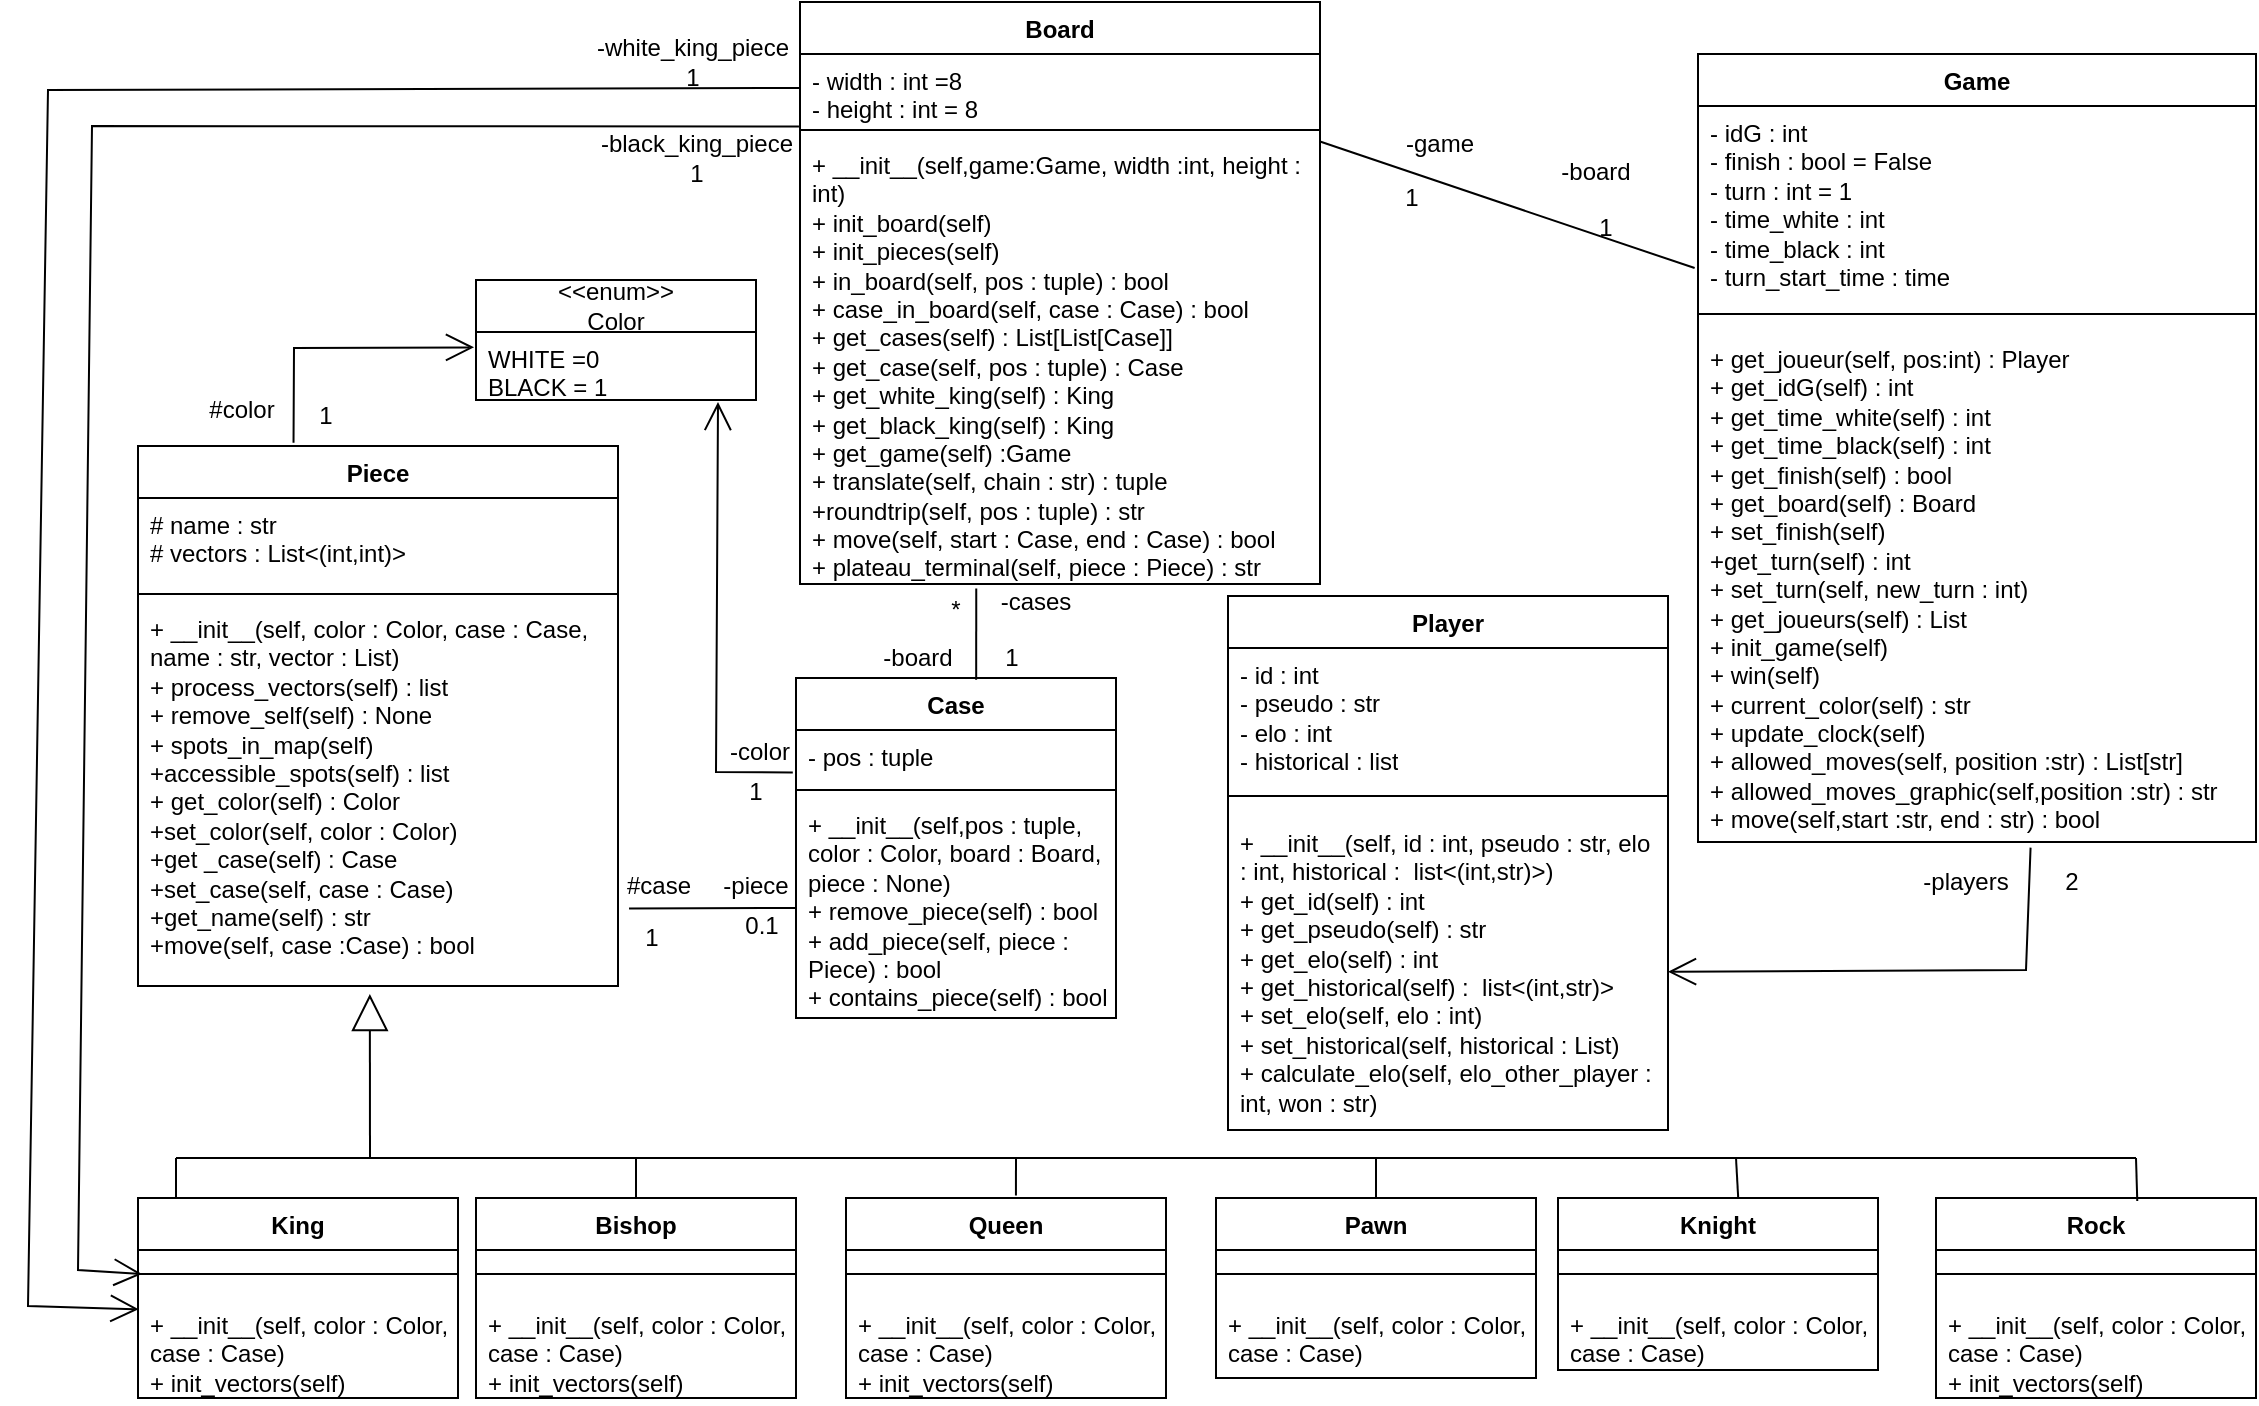
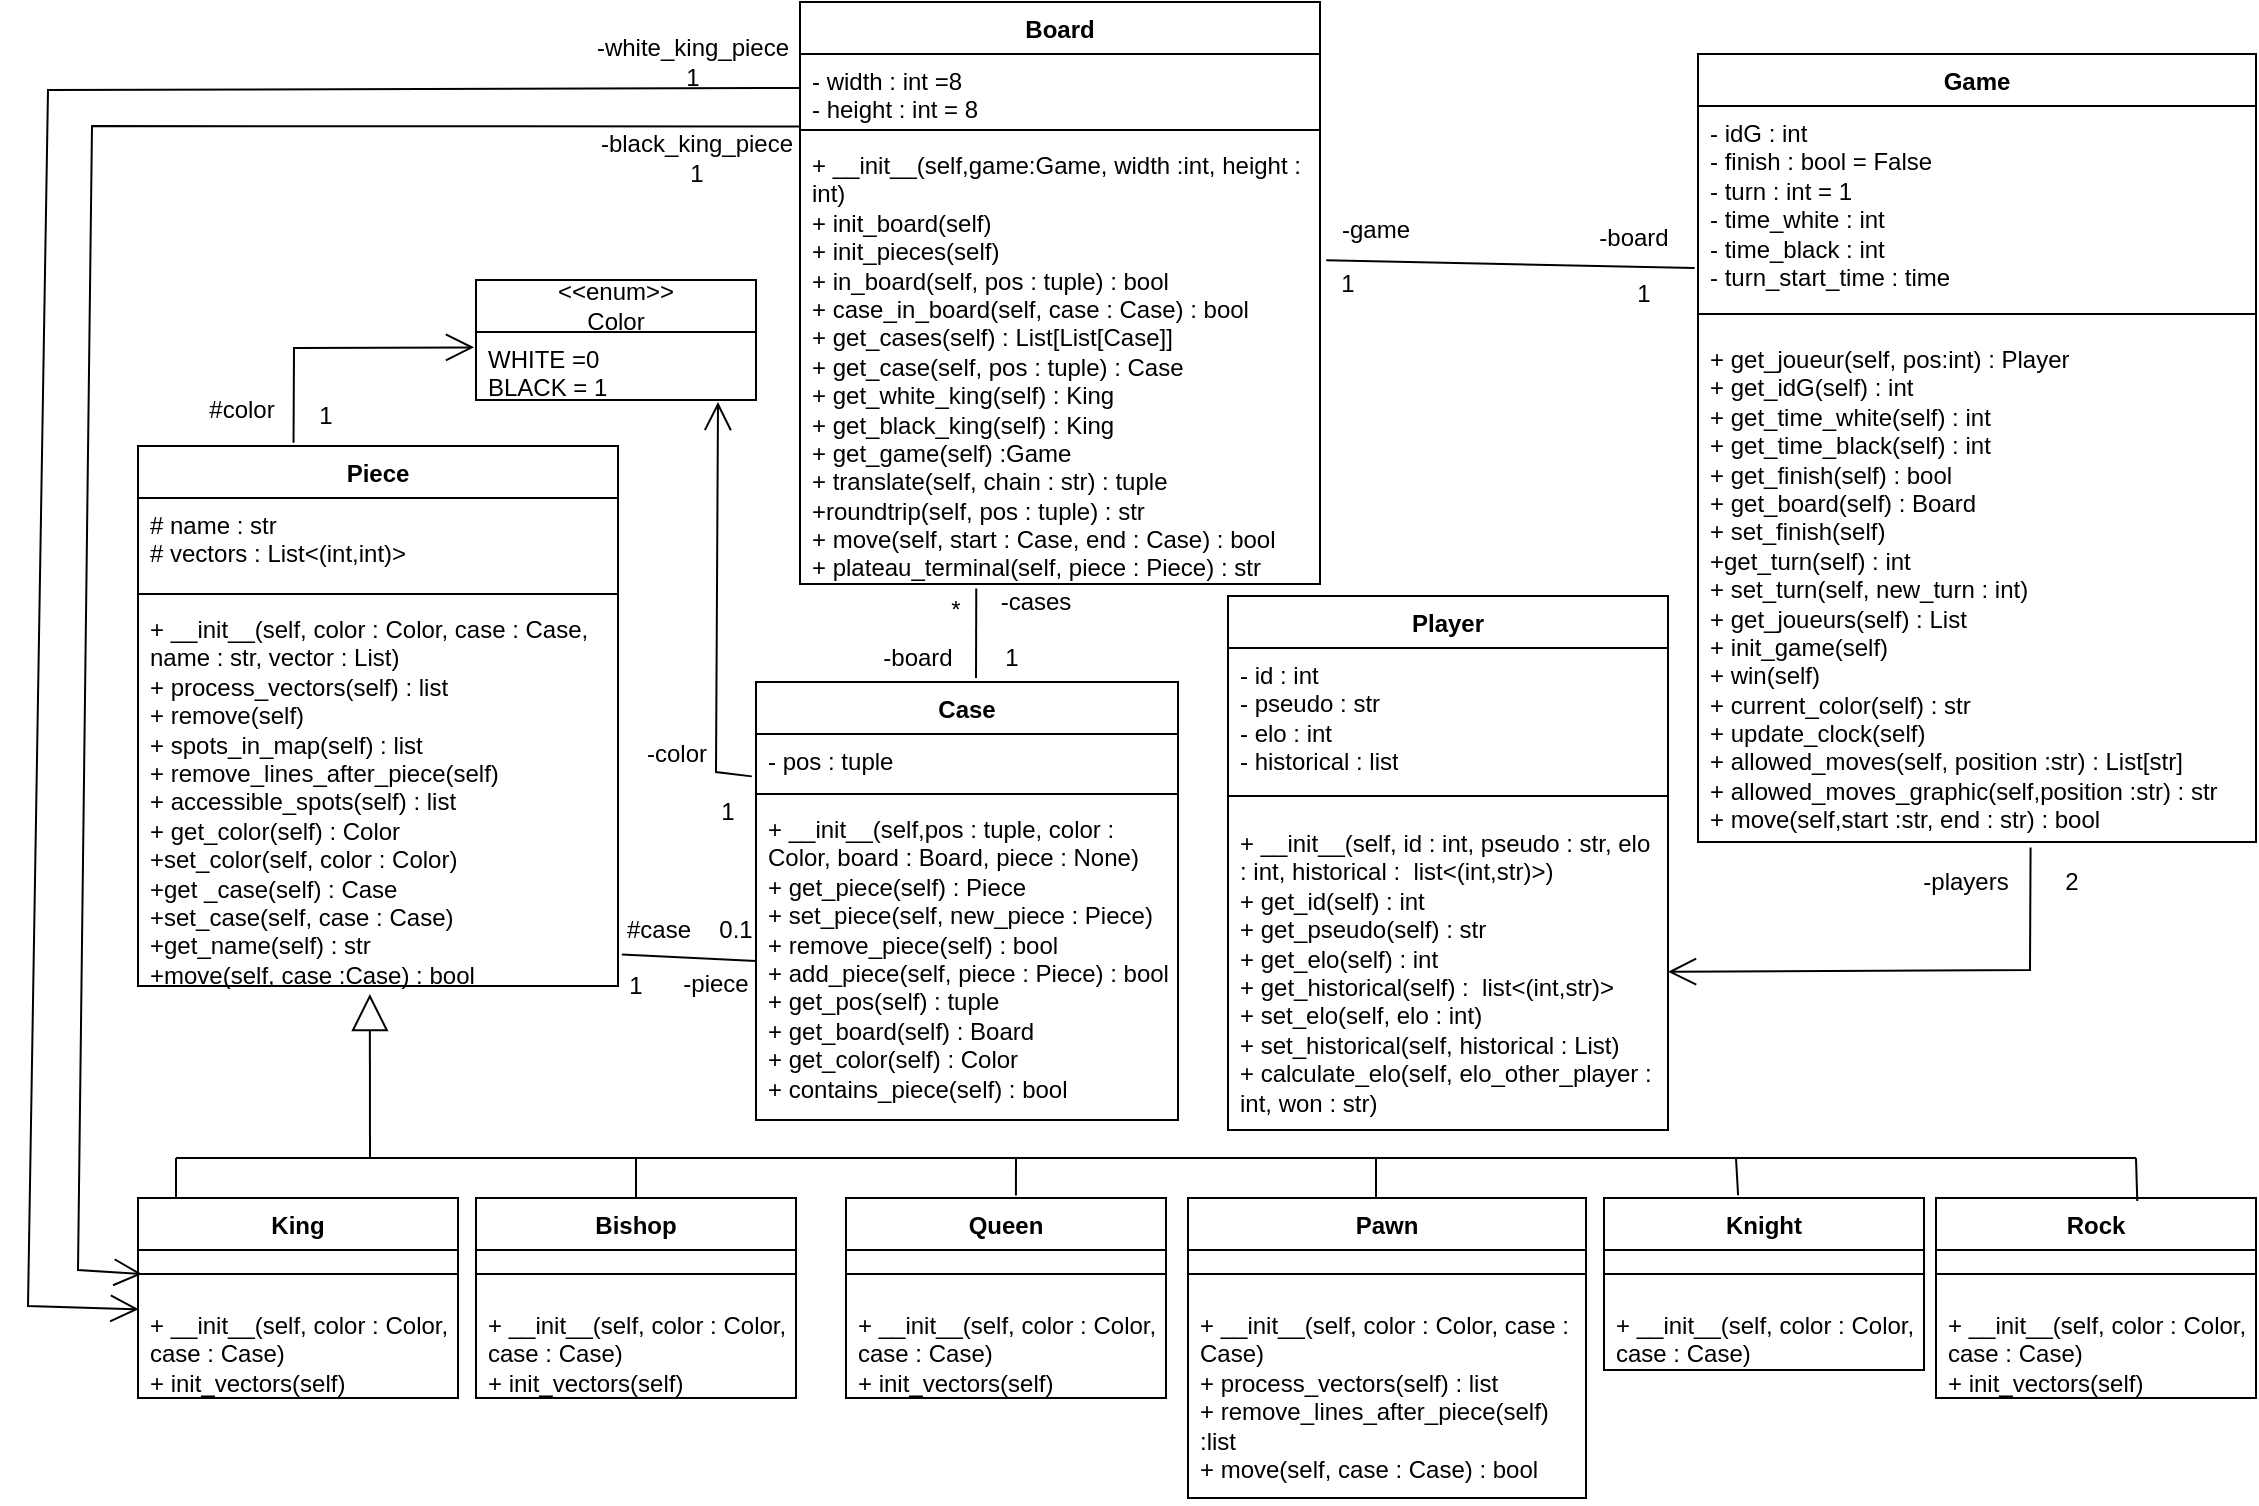
<mxfile host="app.diagrams.net" agent="Mozilla/5.0 (Windows NT 10.0; Win64; x64) AppleWebKit/537.36 (KHTML, like Gecko) Chrome/138.0.0.0 Safari/537.36" version="27.1.5">
  <diagram name="Page-1" id="ue2nzu8fp39hdbNQRuWm">
    <mxGraphModel dx="915" dy="721" grid="0" gridSize="10" guides="1" tooltips="1" connect="1" arrows="1" fold="1" page="1" pageScale="1" pageWidth="1169" pageHeight="1654" background="#ffffff" math="0" shadow="0">
      <root>
        <mxCell id="0" />
        <mxCell id="1" parent="0" />
        <mxCell id="S0ea2ZYKpIamfI4VXVso-1" value="Player" style="swimlane;fontStyle=1;align=center;verticalAlign=top;childLayout=stackLayout;horizontal=1;startSize=26;horizontalStack=0;resizeParent=1;resizeParentMax=0;resizeLast=0;collapsible=1;marginBottom=0;whiteSpace=wrap;html=1;" parent="1" vertex="1">
          <mxGeometry x="626" y="319" width="220" height="267" as="geometry" />
        </mxCell>
        <mxCell id="S0ea2ZYKpIamfI4VXVso-2" value="&lt;div&gt;- id : int&lt;/div&gt;&lt;div&gt;- pseudo : str&lt;/div&gt;&lt;div&gt;- elo : int&lt;/div&gt;&lt;div&gt;- historical : list&lt;/div&gt;" style="text;strokeColor=none;fillColor=none;align=left;verticalAlign=top;spacingLeft=4;spacingRight=4;overflow=hidden;rotatable=0;points=[[0,0.5],[1,0.5]];portConstraint=eastwest;whiteSpace=wrap;html=1;" parent="S0ea2ZYKpIamfI4VXVso-1" vertex="1">
          <mxGeometry y="26" width="220" height="64" as="geometry" />
        </mxCell>
        <mxCell id="S0ea2ZYKpIamfI4VXVso-3" value="" style="line;strokeWidth=1;fillColor=none;align=left;verticalAlign=middle;spacingTop=-1;spacingLeft=3;spacingRight=3;rotatable=0;labelPosition=right;points=[];portConstraint=eastwest;strokeColor=inherit;" parent="S0ea2ZYKpIamfI4VXVso-1" vertex="1">
          <mxGeometry y="90" width="220" height="20" as="geometry" />
        </mxCell>
        <mxCell id="S0ea2ZYKpIamfI4VXVso-4" value="&lt;div&gt;+ __init__(self, id : int, pseudo : str, elo : int, historical :&amp;nbsp; list&amp;lt;(int,str)&amp;gt;)&lt;/div&gt;&lt;div&gt;+ get_id(self) : int&lt;/div&gt;&lt;div&gt;+ get_pseudo(self) : str&lt;/div&gt;&lt;div&gt;+ get_elo(self) : int&lt;/div&gt;&lt;div&gt;+ get_historical(self) :&amp;nbsp; list&amp;lt;(int,str)&amp;gt;&lt;/div&gt;&lt;div&gt;+ set_elo(self, elo : int)&lt;/div&gt;&lt;div&gt;+ set_historical(self, historical : List)&lt;/div&gt;&lt;div&gt;+ calculate_elo(self, elo_other_player : int, won : str)&lt;/div&gt;" style="text;strokeColor=none;fillColor=none;align=left;verticalAlign=top;spacingLeft=4;spacingRight=4;overflow=hidden;rotatable=0;points=[[0,0.5],[1,0.5]];portConstraint=eastwest;whiteSpace=wrap;html=1;" parent="S0ea2ZYKpIamfI4VXVso-1" vertex="1">
          <mxGeometry y="110" width="220" height="157" as="geometry" />
        </mxCell>
        <mxCell id="S0ea2ZYKpIamfI4VXVso-5" value="Game" style="swimlane;fontStyle=1;align=center;verticalAlign=top;childLayout=stackLayout;horizontal=1;startSize=26;horizontalStack=0;resizeParent=1;resizeParentMax=0;resizeLast=0;collapsible=1;marginBottom=0;whiteSpace=wrap;html=1;" parent="1" vertex="1">
          <mxGeometry x="861" y="48" width="279" height="394" as="geometry" />
        </mxCell>
        <mxCell id="S0ea2ZYKpIamfI4VXVso-6" value="&lt;div&gt;- idG : int&lt;/div&gt;&lt;div&gt;- finish : bool = False&lt;/div&gt;&lt;div&gt;- turn : int = 1&lt;/div&gt;&lt;div&gt;- time_white : int&lt;/div&gt;&lt;div&gt;- time_black : int&amp;nbsp;&lt;/div&gt;&lt;div&gt;- turn_start_time : time&lt;/div&gt;" style="text;strokeColor=none;fillColor=none;align=left;verticalAlign=top;spacingLeft=4;spacingRight=4;overflow=hidden;rotatable=0;points=[[0,0.5],[1,0.5]];portConstraint=eastwest;whiteSpace=wrap;html=1;" parent="S0ea2ZYKpIamfI4VXVso-5" vertex="1">
          <mxGeometry y="26" width="279" height="95" as="geometry" />
        </mxCell>
        <mxCell id="S0ea2ZYKpIamfI4VXVso-7" value="" style="line;strokeWidth=1;fillColor=none;align=left;verticalAlign=middle;spacingTop=-1;spacingLeft=3;spacingRight=3;rotatable=0;labelPosition=right;points=[];portConstraint=eastwest;strokeColor=inherit;" parent="S0ea2ZYKpIamfI4VXVso-5" vertex="1">
          <mxGeometry y="121" width="279" height="18" as="geometry" />
        </mxCell>
        <mxCell id="S0ea2ZYKpIamfI4VXVso-8" value="&lt;div&gt;+ get_joueur(self, pos:int) : Player&lt;/div&gt;&lt;div&gt;+ get_idG(self) : int&lt;/div&gt;&lt;div&gt;+ get_time_white(self) : int&lt;/div&gt;&lt;div&gt;+ get_time_black(self) : int&lt;/div&gt;&lt;div&gt;+ get_finish(self) : bool&lt;/div&gt;&lt;div&gt;+ get_board(self) : Board&lt;/div&gt;&lt;div&gt;+ set_finish(self)&amp;nbsp;&lt;/div&gt;&lt;div&gt;+get_turn(self) : int&lt;/div&gt;&lt;div&gt;+ set_turn(self, new_turn : int)&lt;/div&gt;&lt;div&gt;+ get_joueurs(self) : List&lt;/div&gt;&lt;div&gt;+ init_game(self)&lt;/div&gt;&lt;div&gt;+ win(self)&lt;/div&gt;&lt;div&gt;+ current_color(self) : str&lt;/div&gt;&lt;div&gt;+ update_clock(self)&lt;/div&gt;&lt;div&gt;+ allowed_moves(self, position :str) : List[str]&lt;/div&gt;&lt;div&gt;+ allowed_moves_graphic(self,position :str) : str&lt;/div&gt;&lt;div&gt;+ move(self,start :str, end : str) : bool&lt;/div&gt;" style="text;strokeColor=none;fillColor=none;align=left;verticalAlign=top;spacingLeft=4;spacingRight=4;overflow=hidden;rotatable=0;points=[[0,0.5],[1,0.5]];portConstraint=eastwest;whiteSpace=wrap;html=1;" parent="S0ea2ZYKpIamfI4VXVso-5" vertex="1">
          <mxGeometry y="139" width="279" height="255" as="geometry" />
        </mxCell>
        <mxCell id="S0ea2ZYKpIamfI4VXVso-9" value="Board" style="swimlane;fontStyle=1;align=center;verticalAlign=top;childLayout=stackLayout;horizontal=1;startSize=26;horizontalStack=0;resizeParent=1;resizeParentMax=0;resizeLast=0;collapsible=1;marginBottom=0;whiteSpace=wrap;html=1;" parent="1" vertex="1">
          <mxGeometry x="412" y="22" width="260" height="291" as="geometry" />
        </mxCell>
        <mxCell id="S0ea2ZYKpIamfI4VXVso-10" value="&lt;div&gt;- width : int =8&lt;/div&gt;&lt;div&gt;- height : int = 8&lt;/div&gt;" style="text;strokeColor=none;fillColor=none;align=left;verticalAlign=top;spacingLeft=4;spacingRight=4;overflow=hidden;rotatable=0;points=[[0,0.5],[1,0.5]];portConstraint=eastwest;whiteSpace=wrap;html=1;" parent="S0ea2ZYKpIamfI4VXVso-9" vertex="1">
          <mxGeometry y="26" width="260" height="34" as="geometry" />
        </mxCell>
        <mxCell id="S0ea2ZYKpIamfI4VXVso-11" value="" style="line;strokeWidth=1;fillColor=none;align=left;verticalAlign=middle;spacingTop=-1;spacingLeft=3;spacingRight=3;rotatable=0;labelPosition=right;points=[];portConstraint=eastwest;strokeColor=inherit;" parent="S0ea2ZYKpIamfI4VXVso-9" vertex="1">
          <mxGeometry y="60" width="260" height="8" as="geometry" />
        </mxCell>
        <mxCell id="S0ea2ZYKpIamfI4VXVso-12" value="&lt;div&gt;+ __init__(self,game:Game, width :int, height : int)&lt;/div&gt;&lt;div&gt;+ init_board(self)&lt;/div&gt;&lt;div&gt;+ init_pieces(self)&lt;/div&gt;&lt;div&gt;+ in_board(self, pos : tuple) : bool&lt;/div&gt;&lt;div&gt;+ case_in_board(self, case : Case) : bool&lt;/div&gt;&lt;div&gt;+ get_cases(self) : List[List[Case]]&lt;/div&gt;&lt;div&gt;+ get_case(self, pos : tuple) : Case&lt;/div&gt;&lt;div&gt;+ get_white_king(self) : King&lt;/div&gt;&lt;div&gt;+ get_black_king(self) : King&lt;/div&gt;&lt;div&gt;+ get_game(self) :Game&lt;/div&gt;&lt;div&gt;+ translate(self, chain : str) : tuple&lt;/div&gt;&lt;div&gt;+roundtrip(self, pos : tuple) : str&lt;/div&gt;&lt;div&gt;+ move(self, start : Case, end : Case) : bool&lt;/div&gt;&lt;div&gt;+ plateau_terminal(self, piece : Piece) : str&lt;/div&gt;" style="text;strokeColor=none;fillColor=none;align=left;verticalAlign=top;spacingLeft=4;spacingRight=4;overflow=hidden;rotatable=0;points=[[0,0.5],[1,0.5]];portConstraint=eastwest;whiteSpace=wrap;html=1;" parent="S0ea2ZYKpIamfI4VXVso-9" vertex="1">
          <mxGeometry y="68" width="260" height="223" as="geometry" />
        </mxCell>
        <mxCell id="S0ea2ZYKpIamfI4VXVso-14" value="Case" style="swimlane;fontStyle=1;align=center;verticalAlign=top;childLayout=stackLayout;horizontal=1;startSize=26;horizontalStack=0;resizeParent=1;resizeParentMax=0;resizeLast=0;collapsible=1;marginBottom=0;whiteSpace=wrap;html=1;" parent="1" vertex="1">
-           <mxGeometry x="410" y="360" width="160" height="170" as="geometry" />
+           <mxGeometry x="390" y="362" width="211" height="219" as="geometry" />
        </mxCell>
        <mxCell id="S0ea2ZYKpIamfI4VXVso-15" value="- pos : tuple" style="text;strokeColor=none;fillColor=none;align=left;verticalAlign=top;spacingLeft=4;spacingRight=4;overflow=hidden;rotatable=0;points=[[0,0.5],[1,0.5]];portConstraint=eastwest;whiteSpace=wrap;html=1;" parent="S0ea2ZYKpIamfI4VXVso-14" vertex="1">
-           <mxGeometry y="26" width="160" height="26" as="geometry" />
+           <mxGeometry y="26" width="211" height="26" as="geometry" />
        </mxCell>
        <mxCell id="S0ea2ZYKpIamfI4VXVso-16" value="" style="line;strokeWidth=1;fillColor=none;align=left;verticalAlign=middle;spacingTop=-1;spacingLeft=3;spacingRight=3;rotatable=0;labelPosition=right;points=[];portConstraint=eastwest;strokeColor=inherit;" parent="S0ea2ZYKpIamfI4VXVso-14" vertex="1">
-           <mxGeometry y="52" width="160" height="8" as="geometry" />
-         </mxCell>
-         <mxCell id="S0ea2ZYKpIamfI4VXVso-17" value="&lt;div&gt;+ __init__(self,pos : tuple, color : Color, board : Board, piece : None)&lt;/div&gt;&lt;div&gt;+ remove_piece(self) : bool&lt;/div&gt;&lt;div&gt;+ add_piece(self, piece : Piece) : bool&lt;/div&gt;&lt;div&gt;+ contains_piece(self) : bool&lt;/div&gt;" style="text;strokeColor=none;fillColor=none;align=left;verticalAlign=top;spacingLeft=4;spacingRight=4;overflow=hidden;rotatable=0;points=[[0,0.5],[1,0.5]];portConstraint=eastwest;whiteSpace=wrap;html=1;" parent="S0ea2ZYKpIamfI4VXVso-14" vertex="1">
-           <mxGeometry y="60" width="160" height="110" as="geometry" />
+           <mxGeometry y="52" width="211" height="8" as="geometry" />
+         </mxCell>
+         <mxCell id="S0ea2ZYKpIamfI4VXVso-17" value="&lt;div&gt;+ __init__(self,pos : tuple, color : Color, board : Board, piece : None)&lt;/div&gt;&lt;div&gt;+ get_piece(self) : Piece&lt;/div&gt;&lt;div&gt;+ set_piece(self, new_piece : Piece)&lt;/div&gt;&lt;div&gt;+ remove_piece(self) : bool&lt;/div&gt;&lt;div&gt;+ add_piece(self, piece : Piece) : bool&lt;/div&gt;&lt;div&gt;+ get_pos(self) : tuple&lt;/div&gt;&lt;div&gt;+ get_board(self) : Board&lt;/div&gt;&lt;div&gt;+ get_color(self) : Color&lt;/div&gt;&lt;div&gt;+ contains_piece(self) : bool&lt;/div&gt;" style="text;strokeColor=none;fillColor=none;align=left;verticalAlign=top;spacingLeft=4;spacingRight=4;overflow=hidden;rotatable=0;points=[[0,0.5],[1,0.5]];portConstraint=eastwest;whiteSpace=wrap;html=1;" parent="S0ea2ZYKpIamfI4VXVso-14" vertex="1">
+           <mxGeometry y="60" width="211" height="159" as="geometry" />
        </mxCell>
        <mxCell id="S0ea2ZYKpIamfI4VXVso-18" value="Piece" style="swimlane;fontStyle=1;align=center;verticalAlign=top;childLayout=stackLayout;horizontal=1;startSize=26;horizontalStack=0;resizeParent=1;resizeParentMax=0;resizeLast=0;collapsible=1;marginBottom=0;whiteSpace=wrap;html=1;" parent="1" vertex="1">
          <mxGeometry x="81" y="244" width="240" height="270" as="geometry" />
        </mxCell>
        <mxCell id="S0ea2ZYKpIamfI4VXVso-19" value="&lt;div&gt;# name : str&lt;/div&gt;&lt;div&gt;# vectors : List&amp;lt;(int,int)&amp;gt;&lt;/div&gt;" style="text;strokeColor=none;fillColor=none;align=left;verticalAlign=top;spacingLeft=4;spacingRight=4;overflow=hidden;rotatable=0;points=[[0,0.5],[1,0.5]];portConstraint=eastwest;whiteSpace=wrap;html=1;" parent="S0ea2ZYKpIamfI4VXVso-18" vertex="1">
          <mxGeometry y="26" width="240" height="44" as="geometry" />
        </mxCell>
        <mxCell id="S0ea2ZYKpIamfI4VXVso-20" value="" style="line;strokeWidth=1;fillColor=none;align=left;verticalAlign=middle;spacingTop=-1;spacingLeft=3;spacingRight=3;rotatable=0;labelPosition=right;points=[];portConstraint=eastwest;strokeColor=inherit;" parent="S0ea2ZYKpIamfI4VXVso-18" vertex="1">
          <mxGeometry y="70" width="240" height="8" as="geometry" />
        </mxCell>
-         <mxCell id="S0ea2ZYKpIamfI4VXVso-21" value="&lt;div&gt;+ __init__(self, color : Color, case : Case, name : str, vector : List)&lt;/div&gt;&lt;div&gt;+ process_vectors(self) : list&lt;/div&gt;&lt;div&gt;+ remove_self(self) : None&lt;/div&gt;&lt;div&gt;+ spots_in_map(self)&lt;/div&gt;&lt;div&gt;+accessible_spots(self) : list&lt;/div&gt;&lt;div&gt;+ get_color(self) : Color&lt;/div&gt;&lt;div&gt;+set_color(self, color : Color)&lt;/div&gt;&lt;div&gt;+get _case(self) : Case&lt;/div&gt;&lt;div&gt;+set_case(self, case : Case)&lt;/div&gt;&lt;div&gt;+get_name(self) : str&lt;/div&gt;&lt;div&gt;+move(self, case :Case) : bool&lt;/div&gt;" style="text;strokeColor=none;fillColor=none;align=left;verticalAlign=top;spacingLeft=4;spacingRight=4;overflow=hidden;rotatable=0;points=[[0,0.5],[1,0.5]];portConstraint=eastwest;whiteSpace=wrap;html=1;" parent="S0ea2ZYKpIamfI4VXVso-18" vertex="1">
+         <mxCell id="S0ea2ZYKpIamfI4VXVso-21" value="&lt;div&gt;+ __init__(self, color : Color, case : Case, name : str, vector : List)&lt;/div&gt;&lt;div&gt;+ process_vectors(self) : list&lt;/div&gt;&lt;div&gt;+ remove(self)&amp;nbsp;&lt;/div&gt;&lt;div&gt;+ spots_in_map(self) : list&lt;/div&gt;&lt;div&gt;+ remove_lines_after_piece(self)&lt;/div&gt;&lt;div&gt;+ accessible_spots(self) : list&lt;/div&gt;&lt;div&gt;+ get_color(self) : Color&lt;/div&gt;&lt;div&gt;+set_color(self, color : Color)&lt;/div&gt;&lt;div&gt;+get _case(self) : Case&lt;/div&gt;&lt;div&gt;+set_case(self, case : Case)&lt;/div&gt;&lt;div&gt;+get_name(self) : str&lt;/div&gt;&lt;div&gt;+move(self, case :Case) : bool&lt;/div&gt;" style="text;strokeColor=none;fillColor=none;align=left;verticalAlign=top;spacingLeft=4;spacingRight=4;overflow=hidden;rotatable=0;points=[[0,0.5],[1,0.5]];portConstraint=eastwest;whiteSpace=wrap;html=1;" parent="S0ea2ZYKpIamfI4VXVso-18" vertex="1">
          <mxGeometry y="78" width="240" height="192" as="geometry" />
        </mxCell>
        <mxCell id="S0ea2ZYKpIamfI4VXVso-22" value="Pawn" style="swimlane;fontStyle=1;align=center;verticalAlign=top;childLayout=stackLayout;horizontal=1;startSize=26;horizontalStack=0;resizeParent=1;resizeParentMax=0;resizeLast=0;collapsible=1;marginBottom=0;whiteSpace=wrap;html=1;" parent="1" vertex="1">
-           <mxGeometry x="620" y="620" width="160" height="90" as="geometry" />
+           <mxGeometry x="606" y="620" width="199" height="150" as="geometry" />
        </mxCell>
        <mxCell id="S0ea2ZYKpIamfI4VXVso-24" value="" style="line;strokeWidth=1;fillColor=none;align=left;verticalAlign=middle;spacingTop=-1;spacingLeft=3;spacingRight=3;rotatable=0;labelPosition=right;points=[];portConstraint=eastwest;strokeColor=inherit;" parent="S0ea2ZYKpIamfI4VXVso-22" vertex="1">
-           <mxGeometry y="26" width="160" height="24" as="geometry" />
-         </mxCell>
-         <mxCell id="S0ea2ZYKpIamfI4VXVso-25" value="&lt;div&gt;+ __init__(self, color : Color, case : Case)&lt;/div&gt;" style="text;strokeColor=none;fillColor=none;align=left;verticalAlign=top;spacingLeft=4;spacingRight=4;overflow=hidden;rotatable=0;points=[[0,0.5],[1,0.5]];portConstraint=eastwest;whiteSpace=wrap;html=1;" parent="S0ea2ZYKpIamfI4VXVso-22" vertex="1">
-           <mxGeometry y="50" width="160" height="40" as="geometry" />
+           <mxGeometry y="26" width="199" height="24" as="geometry" />
+         </mxCell>
+         <mxCell id="S0ea2ZYKpIamfI4VXVso-25" value="&lt;div&gt;+ __init__(self, color : Color, case : Case)&lt;/div&gt;&lt;div&gt;+ process_vectors(self) : list&lt;/div&gt;&lt;div&gt;+ remove_lines_after_piece(self) :list&lt;/div&gt;&lt;div&gt;+ move(self, case : Case) : bool&lt;/div&gt;" style="text;strokeColor=none;fillColor=none;align=left;verticalAlign=top;spacingLeft=4;spacingRight=4;overflow=hidden;rotatable=0;points=[[0,0.5],[1,0.5]];portConstraint=eastwest;whiteSpace=wrap;html=1;" parent="S0ea2ZYKpIamfI4VXVso-22" vertex="1">
+           <mxGeometry y="50" width="199" height="100" as="geometry" />
        </mxCell>
        <mxCell id="S0ea2ZYKpIamfI4VXVso-27" value="Bishop" style="swimlane;fontStyle=1;align=center;verticalAlign=top;childLayout=stackLayout;horizontal=1;startSize=26;horizontalStack=0;resizeParent=1;resizeParentMax=0;resizeLast=0;collapsible=1;marginBottom=0;whiteSpace=wrap;html=1;" parent="1" vertex="1">
          <mxGeometry x="250" y="620" width="160" height="100" as="geometry" />
        </mxCell>
        <mxCell id="S0ea2ZYKpIamfI4VXVso-29" value="" style="line;strokeWidth=1;fillColor=none;align=left;verticalAlign=middle;spacingTop=-1;spacingLeft=3;spacingRight=3;rotatable=0;labelPosition=right;points=[];portConstraint=eastwest;strokeColor=inherit;" parent="S0ea2ZYKpIamfI4VXVso-27" vertex="1">
          <mxGeometry y="26" width="160" height="24" as="geometry" />
        </mxCell>
        <mxCell id="S0ea2ZYKpIamfI4VXVso-30" value="&lt;div&gt;+ __init__(self, color : Color, case : Case)&lt;/div&gt;&lt;div&gt;+ init_vectors(self)&lt;/div&gt;" style="text;strokeColor=none;fillColor=none;align=left;verticalAlign=top;spacingLeft=4;spacingRight=4;overflow=hidden;rotatable=0;points=[[0,0.5],[1,0.5]];portConstraint=eastwest;whiteSpace=wrap;html=1;" parent="S0ea2ZYKpIamfI4VXVso-27" vertex="1">
          <mxGeometry y="50" width="160" height="50" as="geometry" />
        </mxCell>
        <mxCell id="S0ea2ZYKpIamfI4VXVso-31" value="Queen" style="swimlane;fontStyle=1;align=center;verticalAlign=top;childLayout=stackLayout;horizontal=1;startSize=26;horizontalStack=0;resizeParent=1;resizeParentMax=0;resizeLast=0;collapsible=1;marginBottom=0;whiteSpace=wrap;html=1;" parent="1" vertex="1">
          <mxGeometry x="435" y="620" width="160" height="100" as="geometry" />
        </mxCell>
        <mxCell id="S0ea2ZYKpIamfI4VXVso-33" value="" style="line;strokeWidth=1;fillColor=none;align=left;verticalAlign=middle;spacingTop=-1;spacingLeft=3;spacingRight=3;rotatable=0;labelPosition=right;points=[];portConstraint=eastwest;strokeColor=inherit;" parent="S0ea2ZYKpIamfI4VXVso-31" vertex="1">
          <mxGeometry y="26" width="160" height="24" as="geometry" />
        </mxCell>
        <mxCell id="S0ea2ZYKpIamfI4VXVso-34" value="&lt;div&gt;+ __init__(self, color : Color, case : Case)&lt;/div&gt;&lt;div&gt;+ init_vectors(self)&lt;/div&gt;" style="text;strokeColor=none;fillColor=none;align=left;verticalAlign=top;spacingLeft=4;spacingRight=4;overflow=hidden;rotatable=0;points=[[0,0.5],[1,0.5]];portConstraint=eastwest;whiteSpace=wrap;html=1;" parent="S0ea2ZYKpIamfI4VXVso-31" vertex="1">
          <mxGeometry y="50" width="160" height="50" as="geometry" />
        </mxCell>
        <mxCell id="S0ea2ZYKpIamfI4VXVso-35" value="King" style="swimlane;fontStyle=1;align=center;verticalAlign=top;childLayout=stackLayout;horizontal=1;startSize=26;horizontalStack=0;resizeParent=1;resizeParentMax=0;resizeLast=0;collapsible=1;marginBottom=0;whiteSpace=wrap;html=1;" parent="1" vertex="1">
          <mxGeometry x="81" y="620" width="160" height="100" as="geometry" />
        </mxCell>
        <mxCell id="S0ea2ZYKpIamfI4VXVso-37" value="" style="line;strokeWidth=1;fillColor=none;align=left;verticalAlign=middle;spacingTop=-1;spacingLeft=3;spacingRight=3;rotatable=0;labelPosition=right;points=[];portConstraint=eastwest;strokeColor=inherit;" parent="S0ea2ZYKpIamfI4VXVso-35" vertex="1">
          <mxGeometry y="26" width="160" height="24" as="geometry" />
        </mxCell>
        <mxCell id="S0ea2ZYKpIamfI4VXVso-38" value="&lt;div&gt;+ __init__(self, color : Color, case : Case)&lt;/div&gt;&lt;div&gt;+ init_vectors(self)&lt;/div&gt;" style="text;strokeColor=none;fillColor=none;align=left;verticalAlign=top;spacingLeft=4;spacingRight=4;overflow=hidden;rotatable=0;points=[[0,0.5],[1,0.5]];portConstraint=eastwest;whiteSpace=wrap;html=1;" parent="S0ea2ZYKpIamfI4VXVso-35" vertex="1">
          <mxGeometry y="50" width="160" height="50" as="geometry" />
        </mxCell>
        <mxCell id="S0ea2ZYKpIamfI4VXVso-39" value="Knight" style="swimlane;fontStyle=1;align=center;verticalAlign=top;childLayout=stackLayout;horizontal=1;startSize=26;horizontalStack=0;resizeParent=1;resizeParentMax=0;resizeLast=0;collapsible=1;marginBottom=0;whiteSpace=wrap;html=1;" parent="1" vertex="1">
-           <mxGeometry x="791" y="620" width="160" height="86" as="geometry" />
+           <mxGeometry x="814" y="620" width="160" height="86" as="geometry" />
        </mxCell>
        <mxCell id="S0ea2ZYKpIamfI4VXVso-41" value="" style="line;strokeWidth=1;fillColor=none;align=left;verticalAlign=middle;spacingTop=-1;spacingLeft=3;spacingRight=3;rotatable=0;labelPosition=right;points=[];portConstraint=eastwest;strokeColor=inherit;" parent="S0ea2ZYKpIamfI4VXVso-39" vertex="1">
          <mxGeometry y="26" width="160" height="24" as="geometry" />
        </mxCell>
        <mxCell id="S0ea2ZYKpIamfI4VXVso-42" value="&lt;div&gt;+ __init__(self, color : Color, case : Case)&lt;/div&gt;" style="text;strokeColor=none;fillColor=none;align=left;verticalAlign=top;spacingLeft=4;spacingRight=4;overflow=hidden;rotatable=0;points=[[0,0.5],[1,0.5]];portConstraint=eastwest;whiteSpace=wrap;html=1;" parent="S0ea2ZYKpIamfI4VXVso-39" vertex="1">
          <mxGeometry y="50" width="160" height="36" as="geometry" />
        </mxCell>
        <mxCell id="S0ea2ZYKpIamfI4VXVso-43" value="Rock" style="swimlane;fontStyle=1;align=center;verticalAlign=top;childLayout=stackLayout;horizontal=1;startSize=26;horizontalStack=0;resizeParent=1;resizeParentMax=0;resizeLast=0;collapsible=1;marginBottom=0;whiteSpace=wrap;html=1;" parent="1" vertex="1">
          <mxGeometry x="980" y="620" width="160" height="100" as="geometry" />
        </mxCell>
        <mxCell id="S0ea2ZYKpIamfI4VXVso-45" value="" style="line;strokeWidth=1;fillColor=none;align=left;verticalAlign=middle;spacingTop=-1;spacingLeft=3;spacingRight=3;rotatable=0;labelPosition=right;points=[];portConstraint=eastwest;strokeColor=inherit;" parent="S0ea2ZYKpIamfI4VXVso-43" vertex="1">
          <mxGeometry y="26" width="160" height="24" as="geometry" />
        </mxCell>
        <mxCell id="S0ea2ZYKpIamfI4VXVso-46" value="&lt;div&gt;+ __init__(self, color : Color, case : Case)&lt;/div&gt;&lt;div&gt;+ init_vectors(self)&lt;/div&gt;" style="text;strokeColor=none;fillColor=none;align=left;verticalAlign=top;spacingLeft=4;spacingRight=4;overflow=hidden;rotatable=0;points=[[0,0.5],[1,0.5]];portConstraint=eastwest;whiteSpace=wrap;html=1;" parent="S0ea2ZYKpIamfI4VXVso-43" vertex="1">
          <mxGeometry y="50" width="160" height="50" as="geometry" />
        </mxCell>
        <mxCell id="RvrVx3QbLvxbVOcMWla0-1" value="" style="endArrow=block;endSize=16;endFill=0;html=1;rounded=0;entryX=0.483;entryY=1.021;entryDx=0;entryDy=0;entryPerimeter=0;" parent="1" target="S0ea2ZYKpIamfI4VXVso-21" edge="1">
          <mxGeometry width="160" relative="1" as="geometry">
            <mxPoint x="197" y="600" as="sourcePoint" />
            <mxPoint x="390" y="570" as="targetPoint" />
          </mxGeometry>
        </mxCell>
        <mxCell id="RvrVx3QbLvxbVOcMWla0-3" value="" style="endArrow=none;html=1;rounded=0;" parent="1" edge="1">
          <mxGeometry width="50" height="50" relative="1" as="geometry">
            <mxPoint x="100" y="600" as="sourcePoint" />
            <mxPoint x="1080" y="600" as="targetPoint" />
          </mxGeometry>
        </mxCell>
        <mxCell id="RvrVx3QbLvxbVOcMWla0-4" value="" style="endArrow=none;html=1;rounded=0;" parent="1" edge="1">
          <mxGeometry width="50" height="50" relative="1" as="geometry">
            <mxPoint x="100" y="620" as="sourcePoint" />
            <mxPoint x="100" y="600" as="targetPoint" />
          </mxGeometry>
        </mxCell>
        <mxCell id="RvrVx3QbLvxbVOcMWla0-5" value="" style="endArrow=none;html=1;rounded=0;exitX=0.5;exitY=0;exitDx=0;exitDy=0;" parent="1" source="S0ea2ZYKpIamfI4VXVso-27" edge="1">
          <mxGeometry width="50" height="50" relative="1" as="geometry">
            <mxPoint x="110" y="630" as="sourcePoint" />
            <mxPoint x="330" y="600" as="targetPoint" />
          </mxGeometry>
        </mxCell>
        <mxCell id="RvrVx3QbLvxbVOcMWla0-7" value="" style="endArrow=none;html=1;rounded=0;exitX=0.531;exitY=-0.012;exitDx=0;exitDy=0;exitPerimeter=0;" parent="1" source="S0ea2ZYKpIamfI4VXVso-31" edge="1">
          <mxGeometry width="50" height="50" relative="1" as="geometry">
            <mxPoint x="340" y="630" as="sourcePoint" />
            <mxPoint x="520" y="600" as="targetPoint" />
          </mxGeometry>
        </mxCell>
        <mxCell id="RvrVx3QbLvxbVOcMWla0-8" value="" style="endArrow=none;html=1;rounded=0;" parent="1" edge="1">
          <mxGeometry width="50" height="50" relative="1" as="geometry">
            <mxPoint x="700" y="620" as="sourcePoint" />
            <mxPoint x="700" y="600" as="targetPoint" />
          </mxGeometry>
        </mxCell>
-         <mxCell id="RvrVx3QbLvxbVOcMWla0-9" value="" style="endArrow=none;html=1;rounded=0;exitX=0.563;exitY=-0.005;exitDx=0;exitDy=0;exitPerimeter=0;" parent="1" source="S0ea2ZYKpIamfI4VXVso-39" edge="1">
+         <mxCell id="RvrVx3QbLvxbVOcMWla0-9" value="" style="endArrow=none;html=1;rounded=0;exitX=0.419;exitY=-0.016;exitDx=0;exitDy=0;exitPerimeter=0;" parent="1" source="S0ea2ZYKpIamfI4VXVso-39" edge="1">
          <mxGeometry width="50" height="50" relative="1" as="geometry">
            <mxPoint x="710" y="630" as="sourcePoint" />
            <mxPoint x="880" y="600" as="targetPoint" />
          </mxGeometry>
        </mxCell>
        <mxCell id="RvrVx3QbLvxbVOcMWla0-10" value="" style="endArrow=none;html=1;rounded=0;exitX=0.629;exitY=0.015;exitDx=0;exitDy=0;exitPerimeter=0;" parent="1" source="S0ea2ZYKpIamfI4VXVso-43" edge="1">
          <mxGeometry width="50" height="50" relative="1" as="geometry">
            <mxPoint x="1060" y="618" as="sourcePoint" />
            <mxPoint x="1080" y="600" as="targetPoint" />
          </mxGeometry>
        </mxCell>
        <mxCell id="RvrVx3QbLvxbVOcMWla0-11" value="&amp;lt;&amp;lt;enum&amp;gt;&amp;gt;&lt;br&gt;Color" style="swimlane;fontStyle=0;childLayout=stackLayout;horizontal=1;startSize=26;fillColor=none;horizontalStack=0;resizeParent=1;resizeParentMax=0;resizeLast=0;collapsible=1;marginBottom=0;whiteSpace=wrap;html=1;" parent="1" vertex="1">
          <mxGeometry x="250" y="161" width="140" height="60" as="geometry" />
        </mxCell>
        <mxCell id="RvrVx3QbLvxbVOcMWla0-12" value="&lt;div&gt;WHITE =0&lt;/div&gt;&lt;div&gt;BLACK = 1&lt;/div&gt;" style="text;strokeColor=none;fillColor=none;align=left;verticalAlign=top;spacingLeft=4;spacingRight=4;overflow=hidden;rotatable=0;points=[[0,0.5],[1,0.5]];portConstraint=eastwest;whiteSpace=wrap;html=1;" parent="RvrVx3QbLvxbVOcMWla0-11" vertex="1">
          <mxGeometry y="26" width="140" height="34" as="geometry" />
        </mxCell>
-         <mxCell id="RvrVx3QbLvxbVOcMWla0-15" value="" style="endArrow=none;html=1;rounded=0;exitX=1.023;exitY=0.798;exitDx=0;exitDy=0;entryX=0;entryY=0.5;entryDx=0;entryDy=0;exitPerimeter=0;" parent="1" source="S0ea2ZYKpIamfI4VXVso-21" target="S0ea2ZYKpIamfI4VXVso-17" edge="1">
+         <mxCell id="RvrVx3QbLvxbVOcMWla0-15" value="" style="endArrow=none;html=1;rounded=0;exitX=1.008;exitY=0.918;exitDx=0;exitDy=0;entryX=0;entryY=0.5;entryDx=0;entryDy=0;exitPerimeter=0;" parent="1" source="S0ea2ZYKpIamfI4VXVso-21" target="S0ea2ZYKpIamfI4VXVso-17" edge="1">
          <mxGeometry width="50" height="50" relative="1" as="geometry">
            <mxPoint x="480" y="440" as="sourcePoint" />
            <mxPoint x="530" y="390" as="targetPoint" />
          </mxGeometry>
        </mxCell>
        <mxCell id="RvrVx3QbLvxbVOcMWla0-16" value="#case" style="text;html=1;whiteSpace=wrap;strokeColor=none;fillColor=none;align=center;verticalAlign=middle;rounded=0;" parent="1" vertex="1">
-           <mxGeometry x="321" y="454" width="41" height="19" as="geometry" />
+           <mxGeometry x="321" y="476" width="41" height="19" as="geometry" />
        </mxCell>
        <mxCell id="RvrVx3QbLvxbVOcMWla0-17" value="1" style="text;html=1;whiteSpace=wrap;strokeColor=none;fillColor=none;align=center;verticalAlign=middle;rounded=0;" parent="1" vertex="1">
-           <mxGeometry x="330" y="479" width="15.5" height="21" as="geometry" />
+           <mxGeometry x="322.25" y="503" width="15.5" height="21" as="geometry" />
        </mxCell>
        <mxCell id="RvrVx3QbLvxbVOcMWla0-18" value="-piece" style="text;html=1;whiteSpace=wrap;strokeColor=none;fillColor=none;align=center;verticalAlign=middle;rounded=0;" parent="1" vertex="1">
-           <mxGeometry x="370" y="454" width="40" height="20" as="geometry" />
+           <mxGeometry x="350" y="503" width="40" height="20" as="geometry" />
        </mxCell>
        <mxCell id="RvrVx3QbLvxbVOcMWla0-19" value="0.1" style="text;html=1;whiteSpace=wrap;strokeColor=none;fillColor=none;align=center;verticalAlign=middle;rounded=0;" parent="1" vertex="1">
-           <mxGeometry x="383" y="474" width="20" height="20" as="geometry" />
+           <mxGeometry x="370" y="476" width="20" height="20" as="geometry" />
        </mxCell>
        <mxCell id="RvrVx3QbLvxbVOcMWla0-20" value="" style="endArrow=open;endFill=1;endSize=12;html=1;rounded=0;entryX=-0.007;entryY=0.226;entryDx=0;entryDy=0;entryPerimeter=0;exitX=0.324;exitY=-0.006;exitDx=0;exitDy=0;exitPerimeter=0;" parent="1" source="S0ea2ZYKpIamfI4VXVso-18" target="RvrVx3QbLvxbVOcMWla0-12" edge="1">
          <mxGeometry width="160" relative="1" as="geometry">
            <mxPoint x="420" y="410" as="sourcePoint" />
            <mxPoint x="580" y="410" as="targetPoint" />
            <Array as="points">
              <mxPoint x="159" y="195" />
            </Array>
          </mxGeometry>
        </mxCell>
        <mxCell id="RvrVx3QbLvxbVOcMWla0-21" value="" style="endArrow=open;endFill=1;endSize=12;html=1;rounded=0;exitX=-0.01;exitY=0.815;exitDx=0;exitDy=0;exitPerimeter=0;" parent="1" source="S0ea2ZYKpIamfI4VXVso-15" edge="1">
          <mxGeometry width="160" relative="1" as="geometry">
            <Array as="points">
              <mxPoint x="370" y="407" />
            </Array>
            <mxPoint x="138" y="248" as="sourcePoint" />
            <mxPoint x="371" y="222" as="targetPoint" />
          </mxGeometry>
        </mxCell>
-         <mxCell id="RvrVx3QbLvxbVOcMWla0-27" value="" style="endArrow=none;html=1;rounded=0;exitX=0.339;exitY=1.01;exitDx=0;exitDy=0;entryX=0.563;entryY=0.005;entryDx=0;entryDy=0;entryPerimeter=0;exitPerimeter=0;" parent="1" source="S0ea2ZYKpIamfI4VXVso-12" target="S0ea2ZYKpIamfI4VXVso-14" edge="1">
+         <mxCell id="RvrVx3QbLvxbVOcMWla0-27" value="" style="endArrow=none;html=1;rounded=0;exitX=0.339;exitY=1.01;exitDx=0;exitDy=0;exitPerimeter=0;" parent="1" source="S0ea2ZYKpIamfI4VXVso-12" edge="1">
          <mxGeometry width="50" height="50" relative="1" as="geometry">
            <mxPoint x="300" y="298" as="sourcePoint" />
-             <mxPoint x="450" y="399" as="targetPoint" />
-           </mxGeometry>
-         </mxCell>
-         <mxCell id="_vj-o0teQn7O_933QG1c-2" value="" style="endArrow=none;html=1;rounded=0;entryX=1;entryY=0.008;entryDx=0;entryDy=0;entryPerimeter=0;exitX=-0.006;exitY=0.853;exitDx=0;exitDy=0;exitPerimeter=0;" parent="1" source="S0ea2ZYKpIamfI4VXVso-6" target="S0ea2ZYKpIamfI4VXVso-12" edge="1">
+             <mxPoint x="500" y="360" as="targetPoint" />
+           </mxGeometry>
+         </mxCell>
+         <mxCell id="_vj-o0teQn7O_933QG1c-2" value="" style="endArrow=none;html=1;rounded=0;entryX=1.012;entryY=0.274;entryDx=0;entryDy=0;entryPerimeter=0;exitX=-0.006;exitY=0.853;exitDx=0;exitDy=0;exitPerimeter=0;" parent="1" source="S0ea2ZYKpIamfI4VXVso-6" target="S0ea2ZYKpIamfI4VXVso-12" edge="1">
          <mxGeometry width="50" height="50" relative="1" as="geometry">
            <mxPoint x="560" y="460" as="sourcePoint" />
            <mxPoint x="610" y="410" as="targetPoint" />
          </mxGeometry>
        </mxCell>
        <mxCell id="_vj-o0teQn7O_933QG1c-3" value="" style="endArrow=open;endFill=1;endSize=12;html=1;rounded=0;exitX=0.596;exitY=1.011;exitDx=0;exitDy=0;exitPerimeter=0;" parent="1" source="S0ea2ZYKpIamfI4VXVso-8" target="S0ea2ZYKpIamfI4VXVso-4" edge="1">
          <mxGeometry width="160" relative="1" as="geometry">
            <mxPoint x="138" y="248" as="sourcePoint" />
            <mxPoint x="140" y="168" as="targetPoint" />
            <Array as="points">
-               <mxPoint x="1025" y="506" />
+               <mxPoint x="1027" y="506" />
            </Array>
          </mxGeometry>
        </mxCell>
        <mxCell id="_vj-o0teQn7O_933QG1c-5" value="#color" style="text;html=1;whiteSpace=wrap;strokeColor=none;fillColor=none;align=center;verticalAlign=middle;rounded=0;" parent="1" vertex="1">
          <mxGeometry x="113" y="211" width="40" height="30" as="geometry" />
        </mxCell>
        <mxCell id="_vj-o0teQn7O_933QG1c-6" value="1" style="text;html=1;whiteSpace=wrap;strokeColor=none;fillColor=none;align=center;verticalAlign=middle;rounded=0;" parent="1" vertex="1">
          <mxGeometry x="165" y="224" width="20" height="10" as="geometry" />
        </mxCell>
        <mxCell id="_vj-o0teQn7O_933QG1c-7" value="-color" style="text;html=1;whiteSpace=wrap;strokeColor=none;fillColor=none;align=center;verticalAlign=middle;rounded=0;" parent="1" vertex="1">
-           <mxGeometry x="372" y="387" width="40" height="20" as="geometry" />
+           <mxGeometry x="331" y="387" width="39" height="21" as="geometry" />
        </mxCell>
        <mxCell id="_vj-o0teQn7O_933QG1c-8" value="1" style="text;html=1;whiteSpace=wrap;strokeColor=none;fillColor=none;align=center;verticalAlign=middle;rounded=0;" parent="1" vertex="1">
-           <mxGeometry x="380" y="412" width="20" height="10" as="geometry" />
+           <mxGeometry x="366" y="422" width="20" height="10" as="geometry" />
        </mxCell>
        <mxCell id="_vj-o0teQn7O_933QG1c-9" value="-board" style="text;html=1;whiteSpace=wrap;strokeColor=none;fillColor=none;align=center;verticalAlign=middle;rounded=0;" parent="1" vertex="1">
          <mxGeometry x="446" y="340" width="50" height="20" as="geometry" />
        </mxCell>
        <mxCell id="_vj-o0teQn7O_933QG1c-10" value="1" style="text;html=1;whiteSpace=wrap;strokeColor=none;fillColor=none;align=center;verticalAlign=middle;rounded=0;" parent="1" vertex="1">
          <mxGeometry x="508" y="345" width="20" height="10" as="geometry" />
        </mxCell>
        <mxCell id="_vj-o0teQn7O_933QG1c-11" value="-cases" style="text;html=1;whiteSpace=wrap;strokeColor=none;fillColor=none;align=center;verticalAlign=middle;rounded=0;" parent="1" vertex="1">
          <mxGeometry x="510" y="317" width="40" height="10" as="geometry" />
        </mxCell>
        <mxCell id="_vj-o0teQn7O_933QG1c-12" value="*" style="text;html=1;whiteSpace=wrap;strokeColor=none;fillColor=none;align=center;verticalAlign=middle;rounded=0;" parent="1" vertex="1">
          <mxGeometry x="480" y="311" width="20" height="29" as="geometry" />
        </mxCell>
        <mxCell id="_vj-o0teQn7O_933QG1c-13" value="-players" style="text;html=1;whiteSpace=wrap;strokeColor=none;fillColor=none;align=center;verticalAlign=middle;rounded=0;" parent="1" vertex="1">
          <mxGeometry x="972" y="449" width="46" height="25" as="geometry" />
        </mxCell>
        <mxCell id="_vj-o0teQn7O_933QG1c-14" value="2" style="text;html=1;whiteSpace=wrap;strokeColor=none;fillColor=none;align=center;verticalAlign=middle;rounded=0;" parent="1" vertex="1">
          <mxGeometry x="1033" y="447" width="30" height="29" as="geometry" />
        </mxCell>
        <mxCell id="_vj-o0teQn7O_933QG1c-15" value="-board" style="text;html=1;whiteSpace=wrap;strokeColor=none;fillColor=none;align=center;verticalAlign=middle;rounded=0;" parent="1" vertex="1">
-           <mxGeometry x="780" y="102" width="60" height="10" as="geometry" />
+           <mxGeometry x="799" y="135" width="60" height="10" as="geometry" />
        </mxCell>
        <mxCell id="_vj-o0teQn7O_933QG1c-16" value="1" style="text;html=1;whiteSpace=wrap;strokeColor=none;fillColor=none;align=center;verticalAlign=middle;rounded=0;" parent="1" vertex="1">
-           <mxGeometry x="800" y="130" width="30" height="10" as="geometry" />
+           <mxGeometry x="819" y="163" width="30" height="10" as="geometry" />
        </mxCell>
        <mxCell id="_vj-o0teQn7O_933QG1c-17" value="-game" style="text;html=1;whiteSpace=wrap;strokeColor=none;fillColor=none;align=center;verticalAlign=middle;rounded=0;" parent="1" vertex="1">
-           <mxGeometry x="707" y="83" width="50" height="20" as="geometry" />
+           <mxGeometry x="675" y="126" width="50" height="20" as="geometry" />
        </mxCell>
        <mxCell id="_vj-o0teQn7O_933QG1c-18" value="1" style="text;html=1;whiteSpace=wrap;strokeColor=none;fillColor=none;align=center;verticalAlign=middle;rounded=0;" parent="1" vertex="1">
-           <mxGeometry x="713" y="120" width="10" as="geometry" />
+           <mxGeometry x="681" y="163" width="10" as="geometry" />
        </mxCell>
        <mxCell id="AjG94XpRLF6ERspp3NwN-6" value="" style="endArrow=open;endFill=1;endSize=12;html=1;rounded=0;exitX=-0.002;exitY=1.067;exitDx=0;exitDy=0;exitPerimeter=0;" edge="1" parent="1" source="S0ea2ZYKpIamfI4VXVso-10">
          <mxGeometry width="160" relative="1" as="geometry">
            <Array as="points">
              <mxPoint x="58" y="84" />
              <mxPoint x="51" y="656" />
            </Array>
            <mxPoint x="421" y="80" as="sourcePoint" />
            <mxPoint x="83" y="658" as="targetPoint" />
          </mxGeometry>
        </mxCell>
        <mxCell id="AjG94XpRLF6ERspp3NwN-7" value="" style="endArrow=open;endFill=1;endSize=12;html=1;rounded=0;entryX=0.002;entryY=0.113;entryDx=0;entryDy=0;entryPerimeter=0;exitX=0;exitY=0.5;exitDx=0;exitDy=0;" edge="1" parent="1" source="S0ea2ZYKpIamfI4VXVso-10" target="S0ea2ZYKpIamfI4VXVso-38">
          <mxGeometry width="160" relative="1" as="geometry">
            <Array as="points">
              <mxPoint x="36" y="66" />
              <mxPoint x="26" y="674" />
            </Array>
            <mxPoint x="448" y="66" as="sourcePoint" />
            <mxPoint x="93" y="668" as="targetPoint" />
          </mxGeometry>
        </mxCell>
        <mxCell id="AjG94XpRLF6ERspp3NwN-8" value="-white_king_piece&lt;div&gt;1&lt;/div&gt;" style="text;html=1;align=center;verticalAlign=middle;resizable=0;points=[];autosize=1;strokeColor=none;fillColor=none;" vertex="1" parent="1">
          <mxGeometry x="301" y="31" width="114" height="41" as="geometry" />
        </mxCell>
        <mxCell id="AjG94XpRLF6ERspp3NwN-9" value="-black_king_piece&lt;div&gt;1&lt;/div&gt;" style="text;html=1;align=center;verticalAlign=middle;resizable=0;points=[];autosize=1;strokeColor=none;fillColor=none;" vertex="1" parent="1">
          <mxGeometry x="303" y="79" width="114" height="41" as="geometry" />
        </mxCell>
      </root>
    </mxGraphModel>
  </diagram>
</mxfile>
